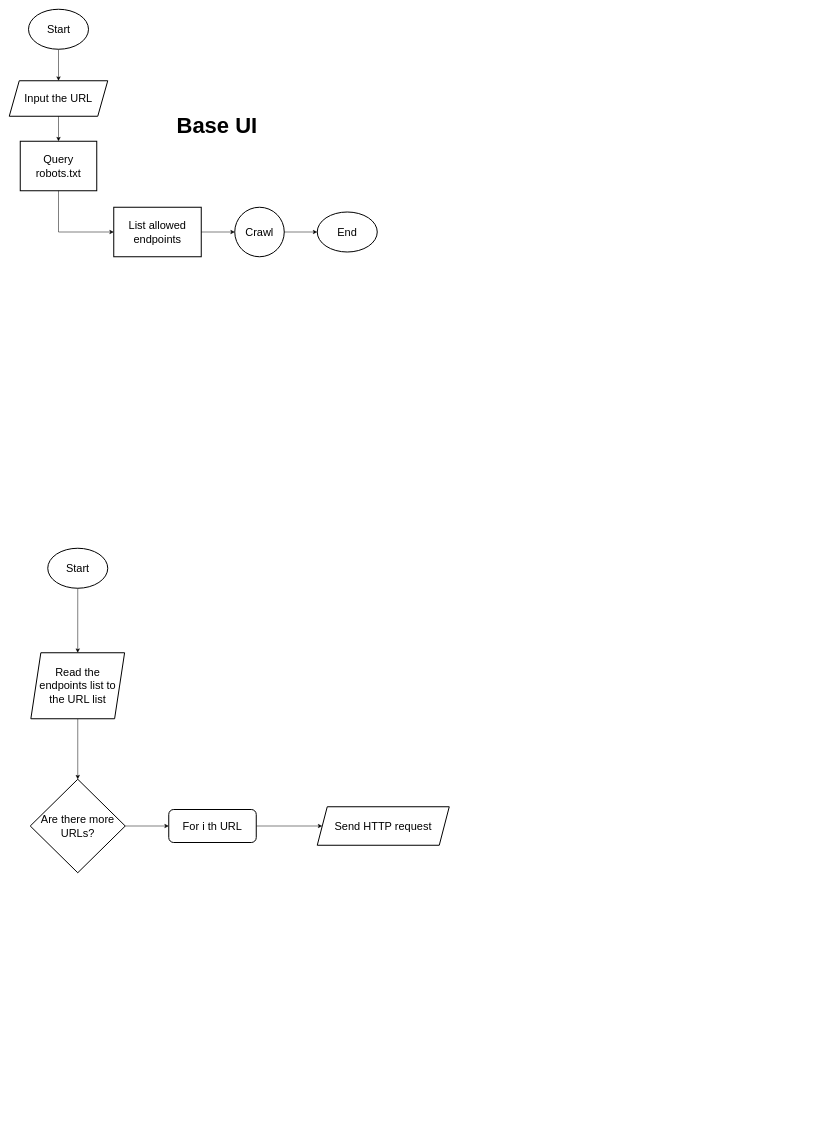
Above: sketches/base flows.drawio in Altier-Tech/creepy-crawly (draw.io), before the change. Source tidied: cells renumbered, new cells numbered last; positions are measured from the earlier drawing's top-left corner, leaving out a move shared by most shapes. Both pictures are drawn from the tidied source at 50%, with x=0, y=0 at pixel (9, 9).
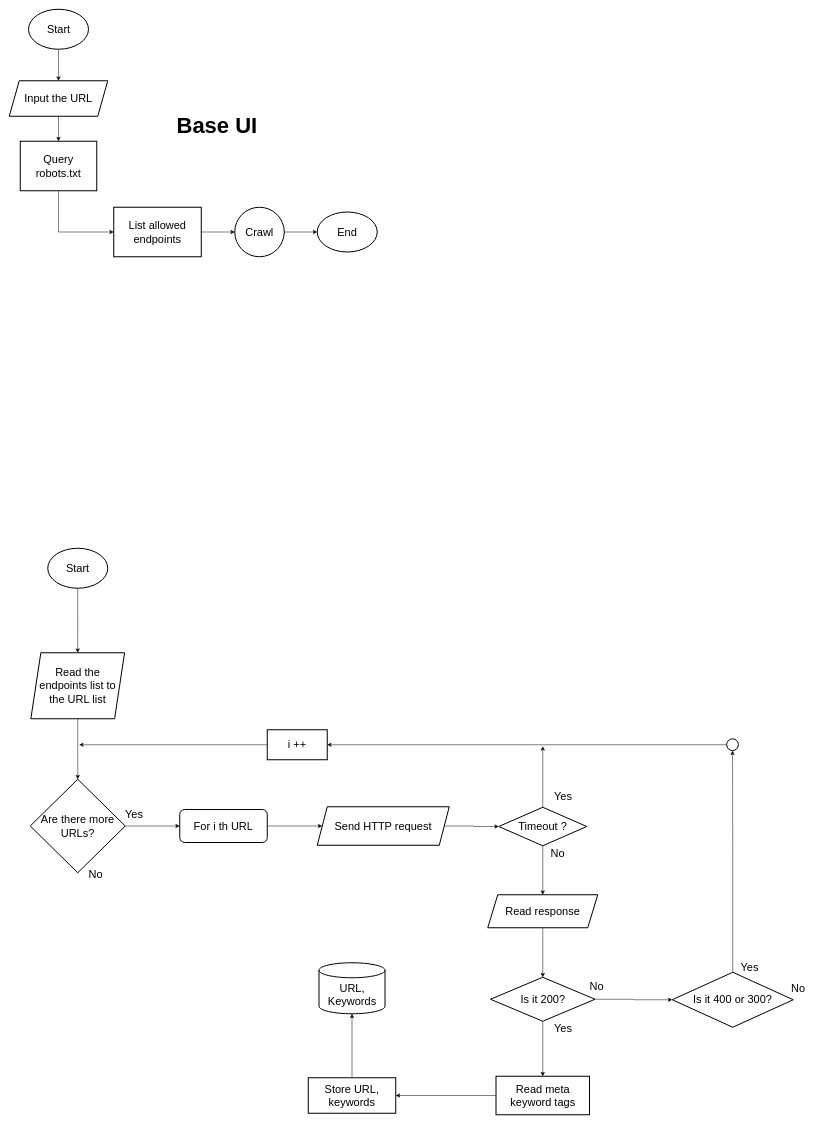
The same diagram, later.

Unchanged cells that the change refers to:
```xml
<mxCell id="23" value="Send HTTP request" style="shape=parallelogram;perimeter=parallelogramPerimeter;whiteSpace=wrap;html=1;fixedSize=1;strokeWidth=2;fontSize=22;" parent="1" vertex="1">
  <mxGeometry x="616" y="1595" width="264" height="77" as="geometry" />
</mxCell>
```

Change to the diagram source:
```diff
@@
-    <mxCell id="20" value="Are there more URLs?" style="rhombus;whiteSpace=wrap;html=1;strokeWidth=2;fontSize=22;" parent="1" vertex="1">
-      <mxGeometry x="42" y="1540" width="190" height="187" as="geometry" />
-    </mxCell>
@@
     <mxCell id="22" value="For i th URL" style="rounded=1;whiteSpace=wrap;html=1;strokeWidth=2;fontSize=22;" parent="1" vertex="1">
-      <mxGeometry x="319" y="1600.5" width="175" height="66" as="geometry" />
+      <mxGeometry x="341" y="1600.5" width="175" height="66" as="geometry" />
     </mxCell>
+    <mxCell id="24" style="edgeStyle=orthogonalEdgeStyle;rounded=0;jumpSize=6;jettySize=auto;html=1;entryX=0;entryY=0.5;entryDx=0;entryDy=0;fontSize=22;" parent="1" edge="1" source="23" target="34">
+      <mxGeometry relative="1" as="geometry" />
+    </mxCell>
@@
+    <mxCell id="25" style="edgeStyle=orthogonalEdgeStyle;rounded=0;jettySize=auto;html=1;entryX=0.5;entryY=0;entryDx=0;entryDy=0;fontSize=22;" parent="1" edge="1" source="26" target="50">
+      <mxGeometry relative="1" as="geometry" />
+    </mxCell>
+    <mxCell id="26" value="Read response" style="shape=parallelogram;perimeter=parallelogramPerimeter;whiteSpace=wrap;html=1;fixedSize=1;strokeWidth=2;fontSize=22;" parent="1" vertex="1">
+      <mxGeometry x="957" y="1771" width="220" height="66" as="geometry" />
+    </mxCell>
+    <mxCell id="27" style="edgeStyle=orthogonalEdgeStyle;rounded=0;jumpSize=6;jettySize=auto;html=1;exitX=0.5;exitY=1;exitDx=0;exitDy=0;entryX=0.5;entryY=0;entryDx=0;entryDy=0;fontSize=22;" parent="1" edge="1" source="34" target="26">
+      <mxGeometry relative="1" as="geometry" />
+    </mxCell>
+    <mxCell id="28" style="group;" parent="1" vertex="1">
+      <mxGeometry x="42" y="1540" width="238" height="206" as="geometry" />
+    </mxCell>
+    <mxCell id="29" style="group;" parent="28" vertex="1">
+      <mxGeometry width="190" height="206" as="geometry" />
+    </mxCell>
+    <mxCell id="20" value="Are there more URLs?" style="rhombus;whiteSpace=wrap;html=1;strokeWidth=2;fontSize=22;" parent="29" vertex="1">
+      <mxGeometry width="190" height="187" as="geometry" />
+    </mxCell>
+    <mxCell id="30" value="No" style="text;html=1;strokeColor=none;fillColor=none;align=center;verticalAlign=middle;whiteSpace=wrap;rounded=0;strokeWidth=2;fontSize=22;" parent="29" vertex="1">
+      <mxGeometry x="101" y="176" width="60" height="30" as="geometry" />
+    </mxCell>
+    <mxCell id="31" value="&lt;font style=&quot;font-size: 22px;&quot;&gt;Yes&lt;/font&gt;" style="text;html=1;strokeColor=none;fillColor=none;align=center;verticalAlign=middle;whiteSpace=wrap;rounded=0;fontSize=22;" parent="28" vertex="1">
+      <mxGeometry x="178" y="55" width="60" height="30" as="geometry" />
+    </mxCell>
+    <mxCell id="32" style="group;" parent="1" vertex="1">
+      <mxGeometry x="979" y="1559" width="176" height="144" as="geometry" />
+    </mxCell>
+    <mxCell id="33" style="group;" parent="32" vertex="1">
+      <mxGeometry y="37" width="176" height="107" as="geometry" />
+    </mxCell>
+    <mxCell id="34" value="Timeout ?" style="rhombus;whiteSpace=wrap;html=1;strokeWidth=2;fontSize=22;" parent="33" vertex="1">
+      <mxGeometry width="176" height="77" as="geometry" />
+    </mxCell>
+    <mxCell id="35" value="No" style="text;html=1;strokeColor=none;fillColor=none;align=center;verticalAlign=middle;whiteSpace=wrap;rounded=0;strokeWidth=2;fontSize=22;" parent="33" vertex="1">
+      <mxGeometry x="88" y="77" width="60" height="30" as="geometry" />
+    </mxCell>
+    <mxCell id="36" value="&lt;font style=&quot;font-size: 22px;&quot;&gt;Yes&lt;/font&gt;" style="text;html=1;strokeColor=none;fillColor=none;align=center;verticalAlign=middle;whiteSpace=wrap;rounded=0;fontSize=22;" parent="32" vertex="1">
+      <mxGeometry x="99" width="60" height="30" as="geometry" />
+    </mxCell>
+    <mxCell id="37" style="edgeStyle=orthogonalEdgeStyle;rounded=0;jettySize=auto;html=1;entryX=0;entryY=0.5;entryDx=0;entryDy=0;fontSize=22;" parent="1" edge="1" source="50" target="46">
+      <mxGeometry relative="1" as="geometry" />
+    </mxCell>
+    <mxCell id="38" style="edgeStyle=orthogonalEdgeStyle;rounded=0;jettySize=auto;html=1;exitX=0.5;exitY=0;exitDx=0;exitDy=0;entryX=0.5;entryY=1;entryDx=0;entryDy=0;fontSize=22;" parent="1" edge="1" source="46" target="40">
+      <mxGeometry relative="1" as="geometry" />
+    </mxCell>
+    <mxCell id="39" style="edgeStyle=orthogonalEdgeStyle;rounded=0;jettySize=auto;html=1;entryX=1;entryY=0.5;entryDx=0;entryDy=0;fontSize=22;" parent="1" edge="1" source="40" target="43">
+      <mxGeometry relative="1" as="geometry" />
+    </mxCell>
+    <mxCell id="40" style="ellipse;whiteSpace=wrap;html=1;strokeWidth=2;fontSize=22;" parent="1" vertex="1">
+      <mxGeometry x="1434.8" y="1459.2" width="23.5" height="23.5" as="geometry" />
+    </mxCell>
+    <mxCell id="41" style="edgeStyle=orthogonalEdgeStyle;rounded=0;jettySize=auto;html=1;fontSize=22;" parent="1" edge="1" source="34">
+      <mxGeometry relative="1" as="geometry">
+        <mxPoint x="1067" y="1474" as="targetPoint" />
+      </mxGeometry>
+    </mxCell>
+    <mxCell id="42" style="edgeStyle=orthogonalEdgeStyle;rounded=0;orthogonalLoop=1;jettySize=auto;html=1;fontSize=22;" parent="1" edge="1">
+      <mxGeometry relative="1" as="geometry">
+        <mxPoint x="524" y="1471" as="sourcePoint" />
+        <mxPoint x="140" y="1471" as="targetPoint" />
+      </mxGeometry>
+    </mxCell>
+    <mxCell id="43" value="i ++" style="rounded=0;whiteSpace=wrap;html=1;strokeWidth=2;fontSize=22;" parent="1" vertex="1">
+      <mxGeometry x="516" y="1441" width="120" height="60" as="geometry" />
+    </mxCell>
+    <mxCell id="44" style="group;" parent="1" vertex="1">
+      <mxGeometry x="1342" y="1906" width="242" height="140" as="geometry" />
+    </mxCell>
+    <mxCell id="45" style="group;" parent="44" vertex="1">
+      <mxGeometry y="30" width="242" height="110" as="geometry" />
+    </mxCell>
+    <mxCell id="46" value="Is it 400 or 300?" style="rhombus;whiteSpace=wrap;html=1;strokeWidth=2;fontSize=22;" parent="45" vertex="1">
+      <mxGeometry x="-16" y="-10" width="242" height="110" as="geometry" />
+    </mxCell>
+    <mxCell id="47" value="&lt;font style=&quot;font-size: 22px;&quot;&gt;Yes&lt;/font&gt;" style="text;html=1;strokeColor=none;fillColor=none;align=center;verticalAlign=middle;whiteSpace=wrap;rounded=0;fontSize=22;" parent="44" vertex="1">
+      <mxGeometry x="109" y="-4" width="60" height="30" as="geometry" />
+    </mxCell>
+    <mxCell id="48" style="group;" parent="1" vertex="1">
+      <mxGeometry x="962.5" y="1936" width="242.5" height="118" as="geometry" />
+    </mxCell>
+    <mxCell id="49" style="group;" parent="48" vertex="1">
+      <mxGeometry width="242.5" height="88" as="geometry" />
+    </mxCell>
+    <mxCell id="50" value="Is it 200?" style="rhombus;whiteSpace=wrap;html=1;fontSize=22;strokeWidth=2;" parent="49" vertex="1">
+      <mxGeometry width="209" height="88" as="geometry" />
+    </mxCell>
+    <mxCell id="51" value="No" style="text;html=1;strokeColor=none;fillColor=none;align=center;verticalAlign=middle;whiteSpace=wrap;rounded=0;strokeWidth=2;fontSize=22;" parent="49" vertex="1">
+      <mxGeometry x="182.5" y="4" width="60" height="30" as="geometry" />
+    </mxCell>
+    <mxCell id="52" value="&lt;font style=&quot;font-size: 22px;&quot;&gt;Yes&lt;/font&gt;" style="text;html=1;strokeColor=none;fillColor=none;align=center;verticalAlign=middle;whiteSpace=wrap;rounded=0;fontSize=22;" parent="48" vertex="1">
+      <mxGeometry x="115.5" y="88" width="60" height="30" as="geometry" />
+    </mxCell>
+    <mxCell id="53" value="No" style="text;html=1;strokeColor=none;fillColor=none;align=center;verticalAlign=middle;whiteSpace=wrap;rounded=0;strokeWidth=2;fontSize=22;" parent="1" vertex="1">
+      <mxGeometry x="1548" y="1943" width="60" height="30" as="geometry" />
+    </mxCell>
+    <mxCell id="54" style="edgeStyle=orthogonalEdgeStyle;rounded=0;jettySize=auto;html=1;entryX=1;entryY=0.5;entryDx=0;entryDy=0;fontSize=22;" parent="1" edge="1" source="55" target="59">
+      <mxGeometry relative="1" as="geometry" />
+    </mxCell>
+    <mxCell id="55" value="Read meta keyword tags" style="rounded=0;whiteSpace=wrap;html=1;strokeWidth=2;fontSize=22;" parent="1" vertex="1">
+      <mxGeometry x="973.5" y="2134" width="187" height="77" as="geometry" />
+    </mxCell>
+    <mxCell id="56" style="edgeStyle=orthogonalEdgeStyle;rounded=0;jettySize=auto;html=1;entryX=0.5;entryY=0;entryDx=0;entryDy=0;fontSize=22;" parent="1" edge="1" source="50" target="55">
+      <mxGeometry relative="1" as="geometry" />
+    </mxCell>
+    <mxCell id="57" value="URL, Keywords" style="shape=cylinder3;whiteSpace=wrap;html=1;boundedLbl=1;backgroundOutline=1;size=15;strokeWidth=2;fontSize=22;" parent="1" vertex="1">
+      <mxGeometry x="619.5" y="1907" width="132" height="102" as="geometry" />
+    </mxCell>
+    <mxCell id="58" style="edgeStyle=orthogonalEdgeStyle;rounded=0;jettySize=auto;html=1;fontSize=22;" parent="1" edge="1" source="59" target="57">
+      <mxGeometry relative="1" as="geometry" />
+    </mxCell>
+    <mxCell id="59" value="Store URL, keywords" style="rounded=0;whiteSpace=wrap;html=1;strokeWidth=2;fontSize=22;" parent="1" vertex="1">
+      <mxGeometry x="598" y="2137" width="175" height="71" as="geometry" />
+    </mxCell>
```
